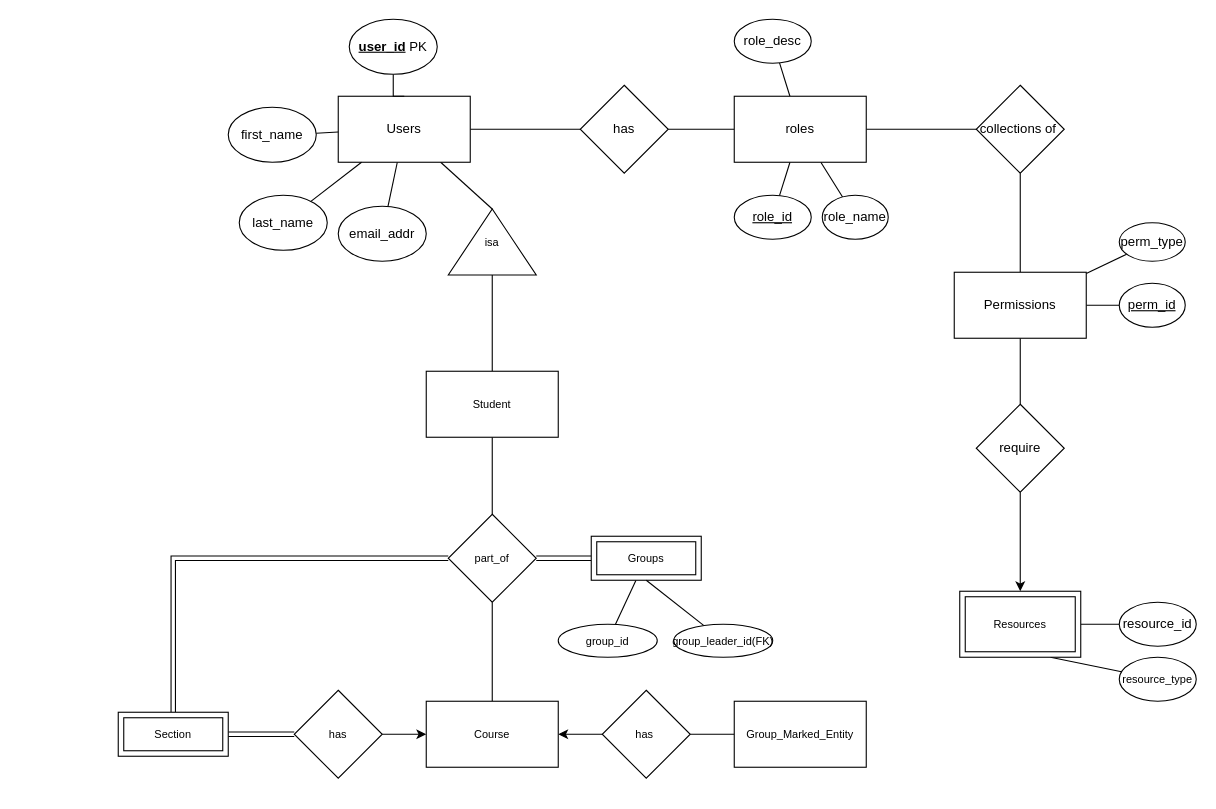
5531CGASystem/CGA keeps this draw.io diagram as ERdiagram.drawio. Above is the earlier version. Source tidied: cells renumbered, new cells numbered last; positions are measured from the earlier drawing's top-left corner, leaving out a move shared by most shapes. Both pictures are drawn from the tidied source at 110%, with x=0, y=0 at pixel (118, 19).
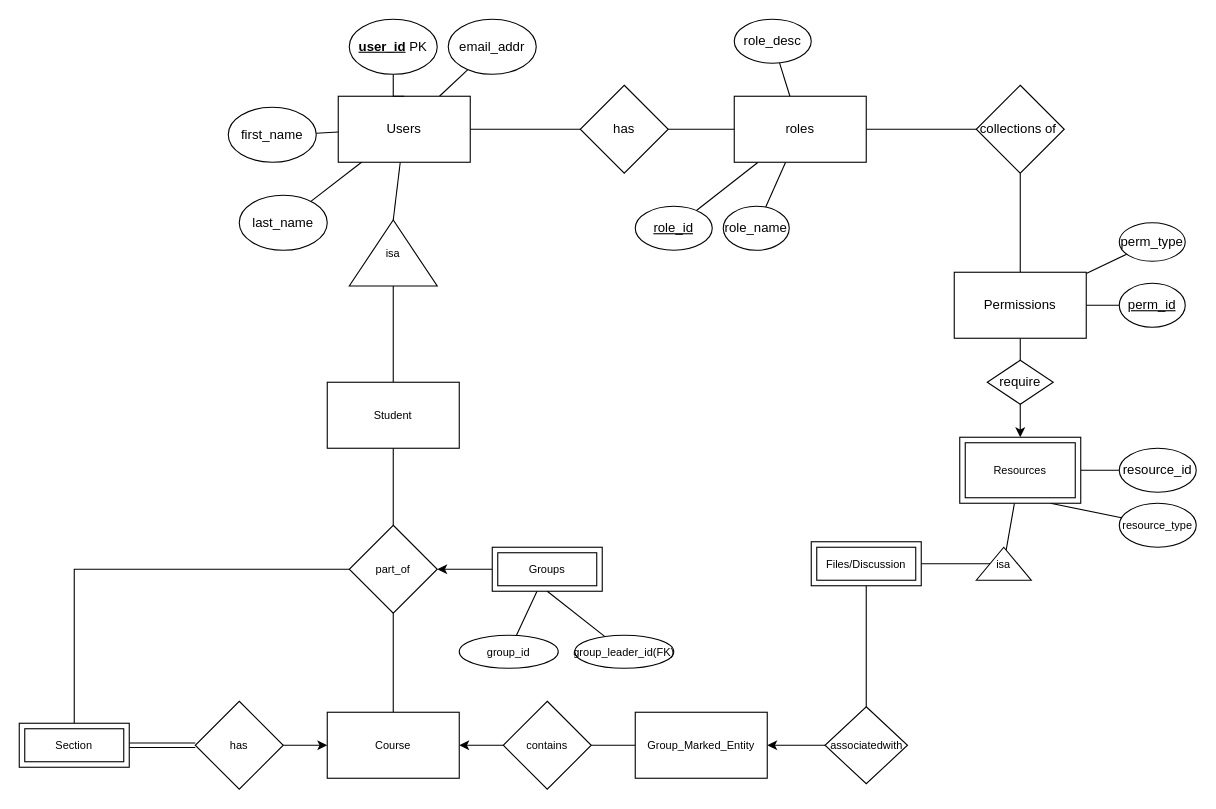
Above is the later version.

Change to the diagram source:
```diff
@@
     <mxCell id="12" value="email_addr" style="ellipse;whiteSpace=wrap;html=1;" parent="1" vertex="1">
-      <mxGeometry x="200" y="170" width="80" height="50" as="geometry" />
+      <mxGeometry x="300" width="80" height="50" as="geometry" />
     </mxCell>
@@
     <mxCell id="20" value="&lt;u&gt;role_id&lt;/u&gt;" style="ellipse;whiteSpace=wrap;html=1;rounded=0;" parent="1" vertex="1">
-      <mxGeometry x="560" y="160" width="70" height="40" as="geometry" />
+      <mxGeometry x="470" y="170" width="70" height="40" as="geometry" />
     </mxCell>
     <mxCell id="21" value="role_name" style="ellipse;whiteSpace=wrap;html=1;rounded=0;" parent="1" vertex="1">
-      <mxGeometry x="640" y="160" width="60" height="40" as="geometry" />
+      <mxGeometry x="550" y="170" width="60" height="40" as="geometry" />
     </mxCell>
@@
     <mxCell id="30" value="require" style="rhombus;whiteSpace=wrap;html=1;rounded=0;" parent="1" vertex="1">
-      <mxGeometry x="780" y="350" width="80" height="80" as="geometry" />
+      <mxGeometry x="790" y="310" width="60" height="40" as="geometry" />
     </mxCell>
@@
     <mxCell id="34" value="resource_id" style="ellipse;whiteSpace=wrap;html=1;rounded=0;" parent="1" vertex="1">
-      <mxGeometry x="910" y="530" width="70" height="40" as="geometry" />
+      <mxGeometry x="910" y="390" width="70" height="40" as="geometry" />
     </mxCell>
@@
     <mxCell id="36" value="&lt;font style=&quot;font-size: 10px&quot;&gt;resource_type&lt;/font&gt;" style="ellipse;whiteSpace=wrap;html=1;rounded=0;" parent="1" vertex="1">
-      <mxGeometry x="910" y="580" width="70" height="40" as="geometry" />
+      <mxGeometry x="910" y="440" width="70" height="40" as="geometry" />
     </mxCell>
@@
     <mxCell id="38" value="isa" style="triangle;whiteSpace=wrap;html=1;fontSize=10;direction=north;" parent="1" vertex="1">
-      <mxGeometry x="300" y="172.5" width="80" height="60" as="geometry" />
+      <mxGeometry x="210" y="182.5" width="80" height="60" as="geometry" />
     </mxCell>
@@
     <mxCell id="40" value="Student" style="whiteSpace=wrap;html=1;fontSize=10;" parent="1" vertex="1">
-      <mxGeometry x="280" y="320" width="120" height="60" as="geometry" />
+      <mxGeometry x="190" y="330" width="120" height="60" as="geometry" />
     </mxCell>
@@
-    <mxCell id="42" style="edgeStyle=none;rounded=0;jettySize=auto;html=1;entryX=0;entryY=0.5;entryDx=0;entryDy=0;fontSize=10;startArrow=classic;startFill=1;endArrow=none;endFill=0;shape=link;" parent="1" edge="1" source="43">
+    <mxCell id="42" style="edgeStyle=none;rounded=0;jettySize=auto;html=1;entryX=0;entryY=0.5;entryDx=0;entryDy=0;fontSize=10;startArrow=classic;startFill=1;endArrow=none;endFill=0;" parent="1" edge="1" source="43">
       <mxGeometry relative="1" as="geometry">
-        <mxPoint x="430" y="490" as="targetPoint" />
+        <mxPoint x="340" y="500" as="targetPoint" />
       </mxGeometry>
     </mxCell>
     <mxCell id="43" value="part_of" style="rhombus;whiteSpace=wrap;html=1;fontSize=10;" parent="1" vertex="1">
-      <mxGeometry x="300" y="450" width="80" height="80" as="geometry" />
+      <mxGeometry x="210" y="460" width="80" height="80" as="geometry" />
     </mxCell>
@@
     <mxCell id="46" value="Course" style="whiteSpace=wrap;html=1;fontSize=10;" parent="1" vertex="1">
-      <mxGeometry x="280" y="620" width="120" height="60" as="geometry" />
+      <mxGeometry x="190" y="630" width="120" height="60" as="geometry" />
     </mxCell>
     <mxCell id="47" value="has" style="rhombus;whiteSpace=wrap;html=1;fontSize=10;" parent="1" vertex="1">
-      <mxGeometry x="160" y="610" width="80" height="80" as="geometry" />
+      <mxGeometry x="70" y="620" width="80" height="80" as="geometry" />
     </mxCell>
@@
-    <mxCell id="49" style="edgeStyle=none;shape=link;rounded=0;jettySize=auto;html=1;entryX=0;entryY=0.5;entryDx=0;entryDy=0;fontSize=10;startArrow=classic;startFill=1;endArrow=none;endFill=0;" parent="1" edge="1" source="50" target="43">
+    <mxCell id="49" style="edgeStyle=none;rounded=0;jettySize=auto;html=1;entryX=0;entryY=0.5;entryDx=0;entryDy=0;fontSize=10;startArrow=none;startFill=0;endArrow=none;endFill=0;" parent="1" edge="1" source="50" target="43">
       <mxGeometry relative="1" as="geometry">
         <Array as="points">
-          <mxPoint x="50" y="490" />
+          <mxPoint x="-40" y="500" />
         </Array>
       </mxGeometry>
     </mxCell>
     <mxCell id="50" value="Section" style="shape=ext;margin=3;double=1;whiteSpace=wrap;html=1;align=center;fontSize=10;strokeColor=default;fillColor=default;" parent="1" vertex="1">
-      <mxGeometry y="630" width="100" height="40" as="geometry" />
+      <mxGeometry x="-90" y="640" width="100" height="40" as="geometry" />
     </mxCell>
+    <mxCell id="60" style="edgeStyle=none;rounded=0;jettySize=auto;html=1;fontSize=10;startArrow=none;startFill=0;endArrow=none;endFill=0;" parent="1" edge="1" source="51" target="63">
+      <mxGeometry relative="1" as="geometry" />
+    </mxCell>
     <mxCell id="51" value="Resources" style="shape=ext;margin=3;double=1;whiteSpace=wrap;html=1;align=center;fontSize=10;strokeColor=default;fillColor=default;" parent="1" vertex="1">
-      <mxGeometry x="765" y="520" width="110" height="60" as="geometry" />
+      <mxGeometry x="765" y="380" width="110" height="60" as="geometry" />
     </mxCell>
     <mxCell id="52" style="edgeStyle=none;rounded=0;jettySize=auto;html=1;fontSize=10;startArrow=none;startFill=0;endArrow=none;endFill=0;entryX=0;entryY=0.5;entryDx=0;entryDy=0;" parent="1" edge="1" source="53" target="54">
       <mxGeometry relative="1" as="geometry">
         <Array as="points">
-          <mxPoint x="540" y="650" />
-          <mxPoint x="550" y="650" />
+          <mxPoint x="450" y="660" />
+          <mxPoint x="460" y="660" />
         </Array>
       </mxGeometry>
     </mxCell>
-    <mxCell id="53" value="has&amp;nbsp;" style="rhombus;whiteSpace=wrap;html=1;fontSize=10;" parent="1" vertex="1">
-      <mxGeometry x="440" y="610" width="80" height="80" as="geometry" />
+    <mxCell id="53" value="contains" style="rhombus;whiteSpace=wrap;html=1;fontSize=10;" parent="1" vertex="1">
+      <mxGeometry x="350" y="620" width="80" height="80" as="geometry" />
     </mxCell>
+    <mxCell id="61" style="edgeStyle=none;rounded=0;jettySize=auto;html=1;fontSize=10;startArrow=classic;startFill=1;endArrow=none;endFill=0;" parent="1" edge="1" source="54" target="65">
+      <mxGeometry relative="1" as="geometry" />
+    </mxCell>
     <mxCell id="54" value="Group_Marked_Entity" style="whiteSpace=wrap;html=1;fontSize=10;" parent="1" vertex="1">
-      <mxGeometry x="560" y="620" width="120" height="60" as="geometry" />
+      <mxGeometry x="470" y="630" width="120" height="60" as="geometry" />
     </mxCell>
@@
     <mxCell id="56" value="Groups" style="shape=ext;margin=3;double=1;whiteSpace=wrap;html=1;align=center;fontSize=10;strokeColor=default;fillColor=default;" parent="1" vertex="1">
-      <mxGeometry x="430" y="470" width="100" height="40" as="geometry" />
+      <mxGeometry x="340" y="480" width="100" height="40" as="geometry" />
     </mxCell>
     <mxCell id="57" value="group_id" style="ellipse;whiteSpace=wrap;html=1;fontSize=10;" parent="1" vertex="1">
-      <mxGeometry x="400" y="550" width="90" height="30" as="geometry" />
+      <mxGeometry x="310" y="560" width="90" height="30" as="geometry" />
     </mxCell>
@@
     <mxCell id="59" value="group_leader_id(FK)" style="ellipse;whiteSpace=wrap;html=1;fontSize=10;" parent="1" vertex="1">
-      <mxGeometry x="505" y="550" width="90" height="30" as="geometry" />
+      <mxGeometry x="415" y="560" width="90" height="30" as="geometry" />
     </mxCell>
+    <mxCell id="62" style="edgeStyle=none;rounded=0;jettySize=auto;html=1;fontSize=10;startArrow=none;startFill=0;endArrow=none;endFill=0;entryX=1;entryY=0.5;entryDx=0;entryDy=0;" parent="1" edge="1" source="63" target="66">
+      <mxGeometry relative="1" as="geometry" />
+    </mxCell>
+    <mxCell id="63" value="isa" style="triangle;whiteSpace=wrap;html=1;fontSize=10;direction=north;" parent="1" vertex="1">
+      <mxGeometry x="780" y="480" width="50" height="30" as="geometry" />
+    </mxCell>
+    <mxCell id="64" style="edgeStyle=none;rounded=0;jettySize=auto;html=1;fontSize=10;startArrow=none;startFill=0;endArrow=none;endFill=0;exitX=0.5;exitY=1;exitDx=0;exitDy=0;" parent="1" edge="1" source="66" target="65">
+      <mxGeometry relative="1" as="geometry" />
+    </mxCell>
+    <mxCell id="65" value="associatedwith" style="rhombus;whiteSpace=wrap;html=1;fontSize=10;" parent="1" vertex="1">
+      <mxGeometry x="642.5" y="625" width="75" height="70" as="geometry" />
+    </mxCell>
+    <mxCell id="66" value="Files/Discussion" style="shape=ext;margin=3;double=1;whiteSpace=wrap;html=1;align=center;fontSize=10;strokeColor=default;fillColor=default;" parent="1" vertex="1">
+      <mxGeometry x="630" y="475" width="100" height="40" as="geometry" />
+    </mxCell>
```
